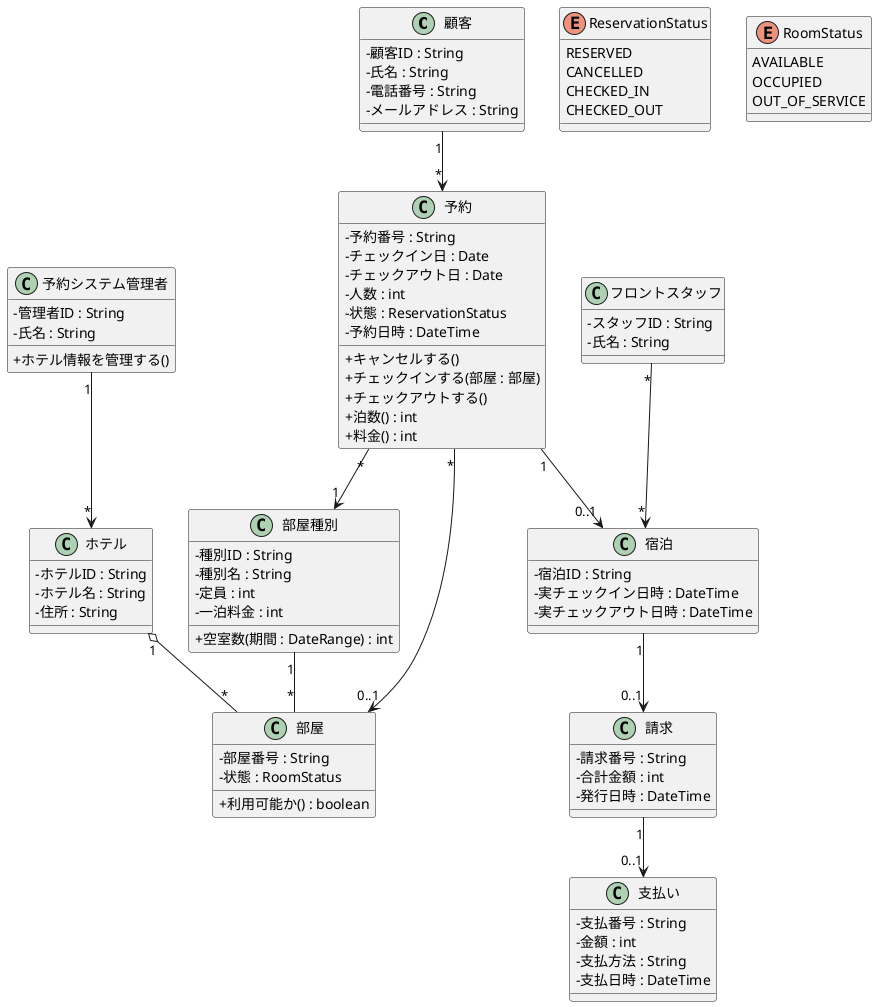
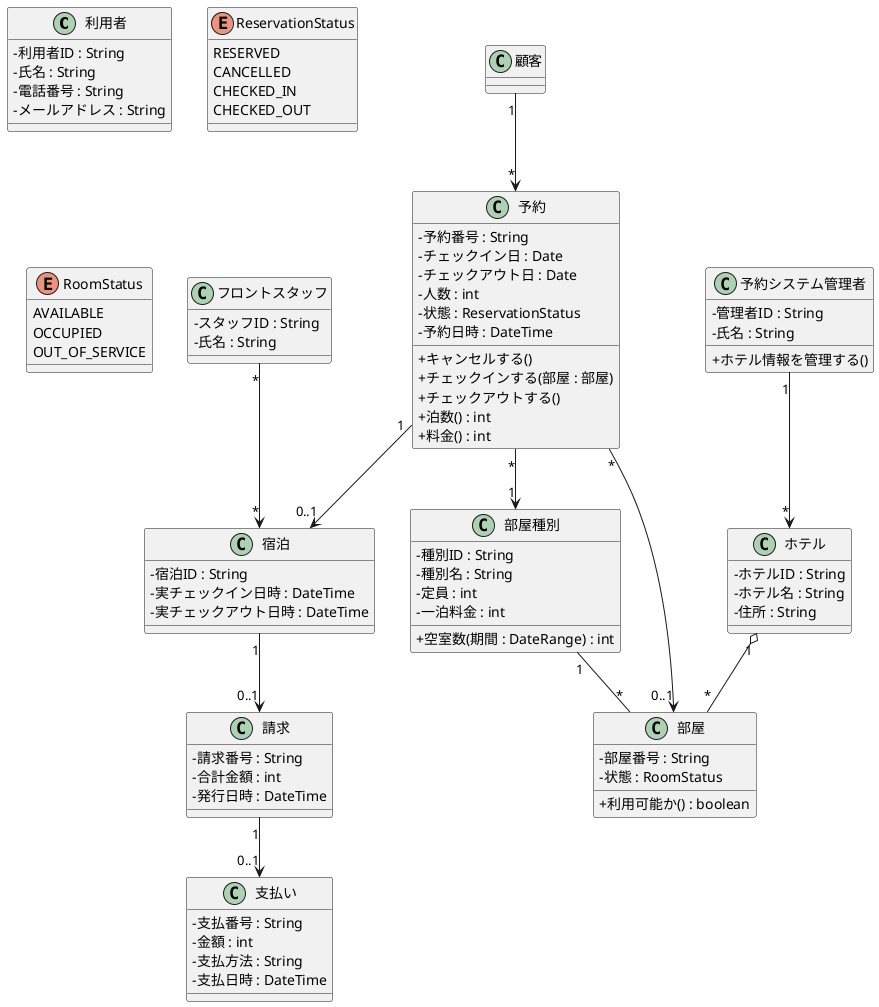
@startuml
skinparam classAttributeIconSize 0

- class 顧客 {
-   - 顧客ID : String
+ class 利用者 {
+   - 利用者ID : String
  - 氏名 : String
  - 電話番号 : String
  - メールアドレス : String
}

class 予約システム管理者 {
  - 管理者ID : String
  - 氏名 : String

  + ホテル情報を管理する()
}

class フロントスタッフ {
  - スタッフID : String
  - 氏名 : String
}

class ホテル {
  - ホテルID : String
  - ホテル名 : String
  - 住所 : String
}

class 部屋種別 {
  - 種別ID : String
  - 種別名 : String
  - 定員 : int
  - 一泊料金 : int
  + 空室数(期間 : DateRange) : int
}

class 部屋 {
  - 部屋番号 : String
  - 状態 : RoomStatus
  + 利用可能か() : boolean
}

class 予約 {
  - 予約番号 : String
  - チェックイン日 : Date
  - チェックアウト日 : Date
  - 人数 : int
  - 状態 : ReservationStatus
  - 予約日時 : DateTime
  + キャンセルする()
  + チェックインする(部屋 : 部屋)
  + チェックアウトする()
  + 泊数() : int
  + 料金() : int
}

class 宿泊 {
  - 宿泊ID : String
  - 実チェックイン日時 : DateTime
  - 実チェックアウト日時 : DateTime
}

class 請求 {
  - 請求番号 : String
  - 合計金額 : int
  - 発行日時 : DateTime
}

class 支払い {
  - 支払番号 : String
  - 金額 : int
  - 支払方法 : String
  - 支払日時 : DateTime
}

enum ReservationStatus {
  RESERVED
  CANCELLED
  CHECKED_IN
  CHECKED_OUT
}

enum RoomStatus {
  AVAILABLE
  OCCUPIED
  OUT_OF_SERVICE
}

ホテル      "1"    o-- "*"    部屋
部屋種別    "1"    --  "*"    部屋
顧客        "1"    --> "*"    予約
予約        "*"    --> "1"    部屋種別
予約        "*"    --> "0..1" 部屋
予約        "1"    --> "0..1" 宿泊
宿泊        "1"    --> "0..1" 請求
請求        "1"    --> "0..1" 支払い
予約システム管理者 "1" --> "*" ホテル
フロントスタッフ "*" --> "*" 宿泊
@enduml
